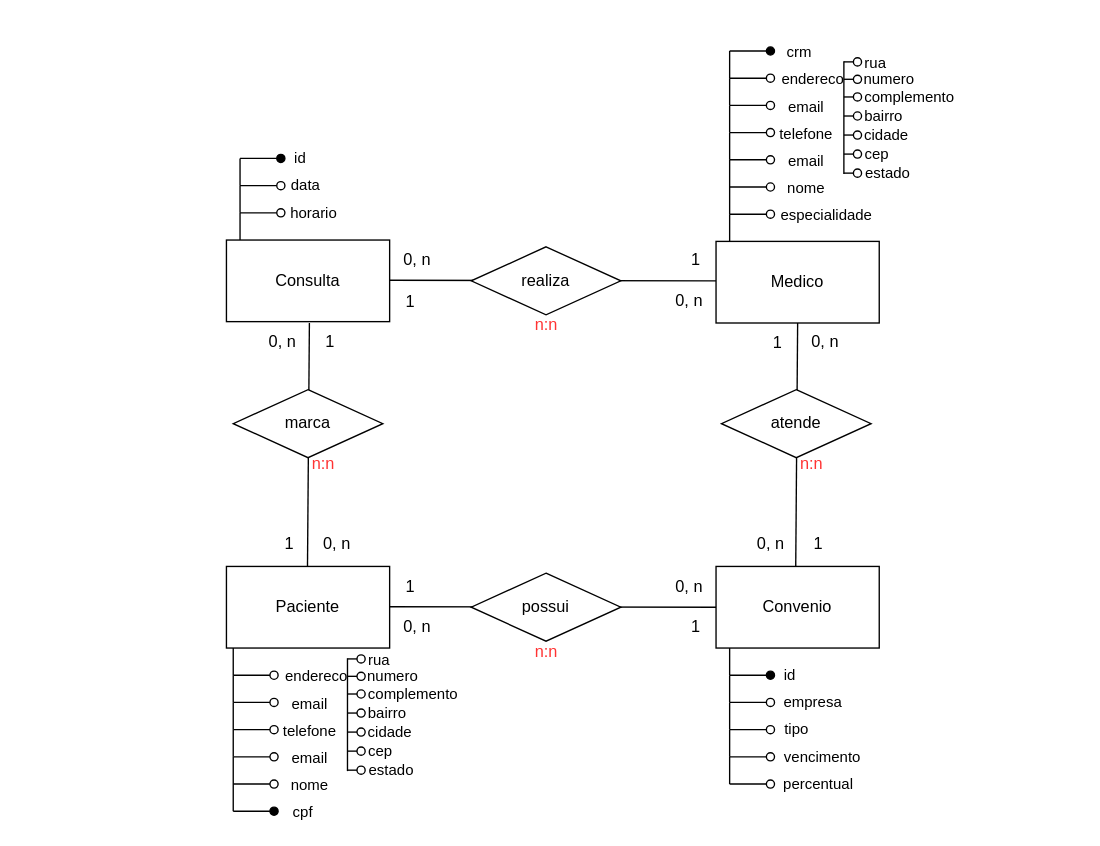
Earlier version of the draw.io diagram clinica_medica.drawio (micapareddes/clinica-sql). Source tidied: cells renumbered, new cells numbered last; positions are measured from the earlier drawing's top-left corner, leaving out a move shared by most shapes. Both pictures are drawn from the tidied source at 136%, with x=0, y=0 at pixel (226, 23).
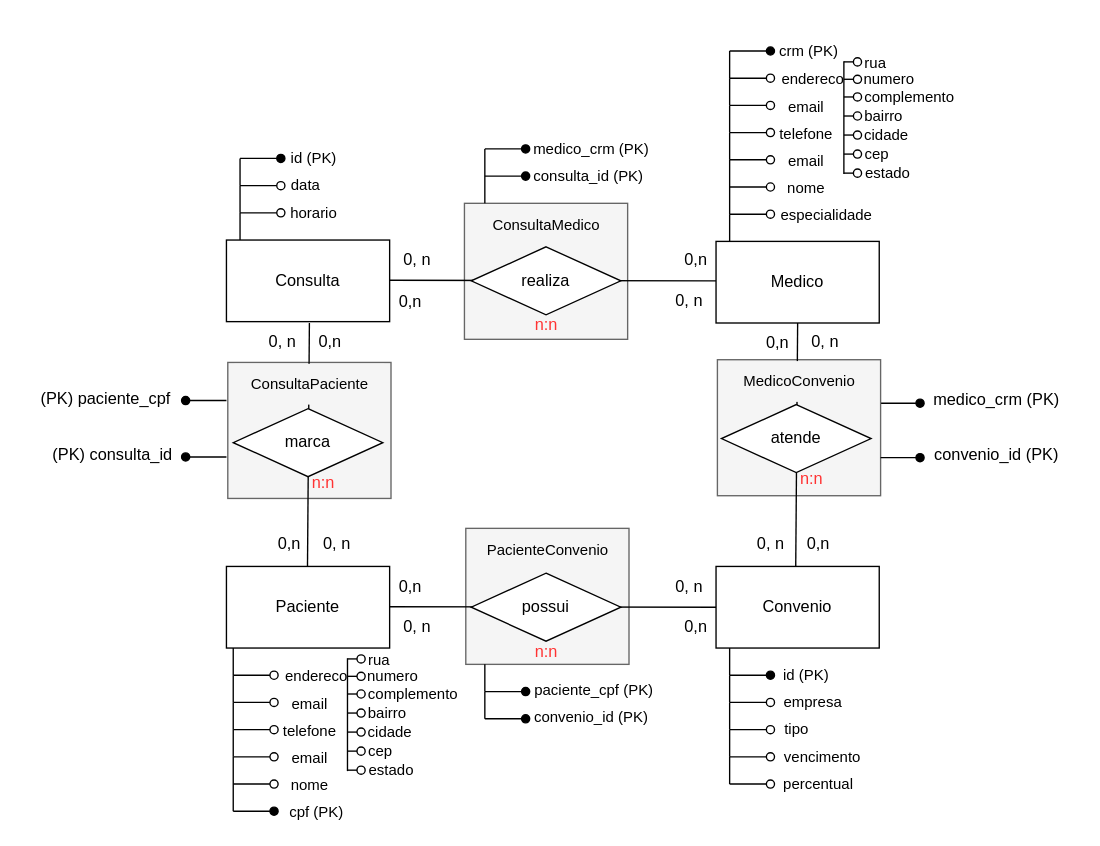
The same page after the edit.

The change refers to these unchanged cells:
```xml
<mxCell id="34" style="endArrow=oval;html=1;rounded=0;endFill=1;" parent="32" edge="1">
  <mxGeometry relative="1" as="geometry">
    <mxPoint y="20" as="sourcePoint" />
    <mxPoint x="30" y="20" as="targetPoint" />
  </mxGeometry>
</mxCell>
<mxCell id="67" style="endArrow=oval;html=1;rounded=0;endFill=1;" parent="65" edge="1">
  <mxGeometry relative="1" as="geometry">
    <mxPoint y="20" as="sourcePoint" />
    <mxPoint x="30" y="20" as="targetPoint" />
  </mxGeometry>
</mxCell>
<mxCell id="122" style="endArrow=oval;html=1;rounded=0;endFill=1;" parent="121" edge="1">
  <mxGeometry relative="1" as="geometry">
    <mxPoint y="20" as="sourcePoint" />
    <mxPoint x="30" y="20" as="targetPoint" />
  </mxGeometry>
</mxCell>
```

What changed in the source:
```diff
@@
+    <mxCell id="153" style="rounded=0;whiteSpace=wrap;html=1;fillColor=#f5f5f5;strokeColor=#666666;fontColor=#333333;" parent="1" vertex="1">
+      <mxGeometry x="361" y="247" width="120" height="100" as="geometry" />
+    </mxCell>
@@
-    <mxCell id="35" value="cpf" style="edgeLabel;html=1;align=center;verticalAlign=middle;" parent="34" vertex="1">
+    <mxCell id="35" value="cpf (PK)" style="edgeLabel;html=1;align=center;verticalAlign=middle;" parent="34" vertex="1">
       <mxGeometry x="0.53" y="2" relative="1" as="geometry">
-        <mxPoint x="27" y="2" as="offset" />
+        <mxPoint x="37" y="2" as="offset" />
       </mxGeometry>
     </mxCell>
@@
-    <mxCell id="44" style="group;" parent="1" vertex="1">
-      <mxGeometry y="159" width="120" height="239" as="geometry" />
-    </mxCell>
-    <mxCell id="45" value="Consulta" style="rounded=0;whiteSpace=wrap;html=1;" parent="44" vertex="1">
-      <mxGeometry width="120" height="60" as="geometry" />
-    </mxCell>
-    <mxCell id="46" style="group;" parent="44" vertex="1">
-      <mxGeometry x="10" y="-20" width="30" height="20" as="geometry" />
-    </mxCell>
-    <mxCell id="47" style="endArrow=none;html=1;rounded=0;" parent="46" edge="1">
-      <mxGeometry relative="1" as="geometry">
-        <mxPoint y="20" as="sourcePoint" />
-        <mxPoint as="targetPoint" />
-      </mxGeometry>
-    </mxCell>
-    <mxCell id="48" style="group;" parent="44" vertex="1">
-      <mxGeometry x="10" y="-60" width="30" height="20" as="geometry" />
-    </mxCell>
-    <mxCell id="49" style="endArrow=none;html=1;rounded=0;" parent="48" edge="1">
-      <mxGeometry relative="1" as="geometry">
-        <mxPoint y="20" as="sourcePoint" />
-        <mxPoint as="targetPoint" />
-      </mxGeometry>
-    </mxCell>
-    <mxCell id="50" style="endArrow=oval;html=1;rounded=0;endFill=0;" parent="48" edge="1">
-      <mxGeometry relative="1" as="geometry">
-        <mxPoint y="20" as="sourcePoint" />
-        <mxPoint x="30" y="20" as="targetPoint" />
-      </mxGeometry>
-    </mxCell>
-    <mxCell id="51" value="data" style="edgeLabel;html=1;align=center;verticalAlign=middle;" parent="50" vertex="1">
-      <mxGeometry x="0.53" y="2" relative="1" as="geometry">
-        <mxPoint x="24" y="1" as="offset" />
-      </mxGeometry>
-    </mxCell>
-    <mxCell id="52" style="endArrow=oval;html=1;rounded=0;endFill=1;" parent="48" edge="1">
-      <mxGeometry relative="1" as="geometry">
-        <mxPoint as="sourcePoint" />
-        <mxPoint x="30" as="targetPoint" />
-      </mxGeometry>
-    </mxCell>
-    <mxCell id="53" value="id" style="edgeLabel;html=1;align=center;verticalAlign=middle;" parent="52" vertex="1">
-      <mxGeometry x="0.53" y="2" relative="1" as="geometry">
-        <mxPoint x="20" y="1" as="offset" />
-      </mxGeometry>
-    </mxCell>
-    <mxCell id="54" style="group;" parent="44" vertex="1">
-      <mxGeometry x="10" y="-40" width="30" height="20" as="geometry" />
-    </mxCell>
-    <mxCell id="55" style="endArrow=none;html=1;rounded=0;" parent="54" edge="1">
-      <mxGeometry relative="1" as="geometry">
-        <mxPoint y="20" as="sourcePoint" />
-        <mxPoint as="targetPoint" />
-      </mxGeometry>
-    </mxCell>
-    <mxCell id="56" style="endArrow=oval;html=1;rounded=0;endFill=0;" parent="54" edge="1">
-      <mxGeometry relative="1" as="geometry">
-        <mxPoint y="20" as="sourcePoint" />
-        <mxPoint x="30" y="20" as="targetPoint" />
-      </mxGeometry>
-    </mxCell>
-    <mxCell id="57" value="horario" style="edgeLabel;html=1;align=center;verticalAlign=middle;" parent="56" vertex="1">
-      <mxGeometry x="0.53" y="2" relative="1" as="geometry">
-        <mxPoint x="30" y="1" as="offset" />
-      </mxGeometry>
-    </mxCell>
-    <mxCell id="58" style="endArrow=none;html=1;rounded=0;entryX=0.5;entryY=1;entryDx=0;entryDy=0;" parent="44" edge="1">
-      <mxGeometry relative="1" as="geometry">
-        <mxPoint x="59.6" y="240" as="sourcePoint" />
-        <mxPoint x="61" y="61" as="targetPoint" />
-      </mxGeometry>
-    </mxCell>
-    <mxCell id="59" value="0, n" style="text;html=1;align=center;verticalAlign=middle;strokeColor=none;fillColor=none;" parent="44" vertex="1">
-      <mxGeometry x="61" y="209" width="40" height="30" as="geometry" />
-    </mxCell>
-    <mxCell id="60" value="marca" style="rhombus;whiteSpace=wrap;html=1;" parent="44" vertex="1">
-      <mxGeometry x="5" y="110" width="110" height="50" as="geometry" />
-    </mxCell>
-    <mxCell id="61" value="n:n" style="text;html=1;align=center;verticalAlign=middle;fillColor=none;fontColor=#FF3333;" parent="44" vertex="1">
-      <mxGeometry x="51" y="150" width="40" height="30" as="geometry" />
-    </mxCell>
-    <mxCell id="62" value="0, n" style="text;html=1;align=center;verticalAlign=middle;strokeColor=none;fillColor=none;" parent="44" vertex="1">
-      <mxGeometry x="21" y="60" width="40" height="30" as="geometry" />
-    </mxCell>
-    <mxCell id="63" value="1" style="text;html=1;align=center;verticalAlign=middle;strokeColor=none;fillColor=none;" parent="44" vertex="1">
-      <mxGeometry x="31" y="209" width="30" height="30" as="geometry" />
-    </mxCell>
-    <mxCell id="64" value="1" style="text;html=1;align=center;verticalAlign=middle;strokeColor=none;fillColor=none;" parent="44" vertex="1">
-      <mxGeometry x="61" y="60" width="30" height="30" as="geometry" />
-    </mxCell>
@@
-    <mxCell id="68" value="id" style="edgeLabel;html=1;align=center;verticalAlign=middle;" parent="67" vertex="1">
+    <mxCell id="68" value="id (PK)" style="edgeLabel;html=1;align=center;verticalAlign=middle;" parent="67" vertex="1">
       <mxGeometry x="0.53" y="2" relative="1" as="geometry">
-        <mxPoint x="20" y="1" as="offset" />
+        <mxPoint x="32" y="1" as="offset" />
       </mxGeometry>
     </mxCell>
+    <mxCell id="154" style="rounded=0;whiteSpace=wrap;html=1;fillColor=#f5f5f5;strokeColor=#666666;fontColor=#333333;" parent="1" vertex="1">
+      <mxGeometry x="1" y="249" width="120" height="100" as="geometry" />
+    </mxCell>
@@
     <mxCell id="86" value="atende" style="rhombus;whiteSpace=wrap;html=1;" parent="1" vertex="1">
-      <mxGeometry x="364" y="269" width="110" height="50" as="geometry" />
+      <mxGeometry x="364" y="280" width="110" height="50" as="geometry" />
     </mxCell>
     <mxCell id="87" value="n:n" style="text;html=1;align=center;verticalAlign=middle;fillColor=none;fontColor=#FF3333;" parent="1" vertex="1">
-      <mxGeometry x="410" y="309" width="40" height="30" as="geometry" />
+      <mxGeometry x="410" y="320" width="40" height="30" as="geometry" />
     </mxCell>
@@
-    <mxCell id="89" value="1" style="text;html=1;align=center;verticalAlign=middle;strokeColor=none;fillColor=none;" parent="1" vertex="1">
-      <mxGeometry x="420" y="368" width="30" height="30" as="geometry" />
+    <mxCell id="89" value="0,n" style="text;html=1;align=center;verticalAlign=middle;strokeColor=none;fillColor=none;" parent="1" vertex="1">
+      <mxGeometry x="415" y="368" width="40" height="30" as="geometry" />
     </mxCell>
@@
-    <mxCell id="123" value="crm" style="edgeLabel;html=1;align=center;verticalAlign=middle;" parent="122" vertex="1">
+    <mxCell id="123" value="crm (PK)" style="edgeLabel;html=1;align=center;verticalAlign=middle;" parent="122" vertex="1">
       <mxGeometry x="0.53" y="2" relative="1" as="geometry">
-        <mxPoint x="27" y="2" as="offset" />
+        <mxPoint x="34" y="1" as="offset" />
       </mxGeometry>
     </mxCell>
@@
-    <mxCell id="136" value="1" style="text;html=1;align=center;verticalAlign=middle;strokeColor=none;fillColor=none;" parent="1" vertex="1">
-      <mxGeometry x="390" y="220" width="30" height="30" as="geometry" />
+    <mxCell id="136" value="0,n" style="text;html=1;align=center;verticalAlign=middle;strokeColor=none;fillColor=none;" parent="1" vertex="1">
+      <mxGeometry x="385" y="220" width="40" height="30" as="geometry" />
     </mxCell>
     <mxCell id="137" style="group;" parent="1" vertex="1">
-      <mxGeometry x="120" y="159" width="240" height="78" as="geometry" />
+      <mxGeometry x="120" y="159" width="245" height="80" as="geometry" />
     </mxCell>
+    <mxCell id="155" style="rounded=0;whiteSpace=wrap;html=1;fillColor=#f5f5f5;strokeColor=#666666;fontColor=#333333;" parent="137" vertex="1">
+      <mxGeometry x="55" y="-27" width="120" height="100" as="geometry" />
+    </mxCell>
@@
-    <mxCell id="141" value="1" style="text;html=1;align=center;verticalAlign=middle;strokeColor=none;fillColor=none;" parent="137" vertex="1">
-      <mxGeometry y="31" width="30" height="30" as="geometry" />
+    <mxCell id="141" value="0,n" style="text;html=1;align=center;verticalAlign=middle;strokeColor=none;fillColor=none;" parent="137" vertex="1">
+      <mxGeometry x="-5" y="31" width="40" height="30" as="geometry" />
     </mxCell>
@@
-    <mxCell id="144" value="1" style="text;html=1;align=center;verticalAlign=middle;strokeColor=none;fillColor=none;" parent="137" vertex="1">
-      <mxGeometry x="210" width="30" height="30" as="geometry" />
+    <mxCell id="144" value="0,n" style="text;html=1;align=center;verticalAlign=middle;strokeColor=none;fillColor=none;" parent="137" vertex="1">
+      <mxGeometry x="205" width="40" height="30" as="geometry" />
     </mxCell>
+    <mxCell id="156" value="&lt;font style=&quot;font-size: 11px;&quot;&gt;ConsultaMedico&lt;/font&gt;" style="text;html=1;align=center;verticalAlign=middle;strokeColor=none;fillColor=#f5f5f5;" parent="137" vertex="1">
+      <mxGeometry x="65" y="-26" width="100" height="30" as="geometry" />
+    </mxCell>
     <mxCell id="145" style="group;" parent="1" vertex="1">
-      <mxGeometry x="120" y="399" width="240" height="78" as="geometry" />
+      <mxGeometry x="120" y="399" width="245" height="78" as="geometry" />
     </mxCell>
+    <mxCell id="157" style="rounded=0;whiteSpace=wrap;html=1;fillColor=#f5f5f5;strokeColor=#666666;fontColor=#333333;" parent="145" vertex="1">
+      <mxGeometry x="56" y="-28" width="120" height="100" as="geometry" />
+    </mxCell>
@@
-    <mxCell id="150" value="1" style="text;html=1;align=center;verticalAlign=middle;strokeColor=none;fillColor=none;" parent="145" vertex="1">
-      <mxGeometry width="30" height="30" as="geometry" />
+    <mxCell id="150" value="0,n" style="text;html=1;align=center;verticalAlign=middle;strokeColor=none;fillColor=none;" parent="145" vertex="1">
+      <mxGeometry x="-5" width="40" height="30" as="geometry" />
     </mxCell>
@@
-    <mxCell id="152" value="1" style="text;html=1;align=center;verticalAlign=middle;strokeColor=none;fillColor=none;" parent="145" vertex="1">
-      <mxGeometry x="210" y="30" width="30" height="30" as="geometry" />
+    <mxCell id="152" value="0,n" style="text;html=1;align=center;verticalAlign=middle;strokeColor=none;fillColor=none;" parent="145" vertex="1">
+      <mxGeometry x="205" y="30" width="40" height="30" as="geometry" />
     </mxCell>
+    <mxCell id="158" value="&lt;font style=&quot;font-size: 11px;&quot;&gt;PacienteConvenio&lt;/font&gt;" style="text;html=1;align=center;verticalAlign=middle;strokeColor=none;fillColor=#f5f5f5;" parent="145" vertex="1">
+      <mxGeometry x="61" y="-27" width="110" height="30" as="geometry" />
+    </mxCell>
+    <mxCell id="44" style="group;" parent="1" vertex="1">
+      <mxGeometry y="159" width="120" height="239" as="geometry" />
+    </mxCell>
+    <mxCell id="58" style="endArrow=none;html=1;rounded=0;entryX=0.5;entryY=1;entryDx=0;entryDy=0;" parent="44" edge="1">
+      <mxGeometry relative="1" as="geometry">
+        <mxPoint x="59.6" y="240" as="sourcePoint" />
+        <mxPoint x="61" y="61" as="targetPoint" />
+      </mxGeometry>
+    </mxCell>
+    <mxCell id="64" value="0,n" style="text;html=1;align=center;verticalAlign=middle;strokeColor=none;fillColor=none;" parent="44" vertex="1">
+      <mxGeometry x="56" y="60" width="40" height="30" as="geometry" />
+    </mxCell>
+    <mxCell id="45" value="Consulta" style="rounded=0;whiteSpace=wrap;html=1;" parent="44" vertex="1">
+      <mxGeometry width="120" height="60" as="geometry" />
+    </mxCell>
+    <mxCell id="46" style="group;" parent="44" vertex="1">
+      <mxGeometry x="10" y="-20" width="30" height="20" as="geometry" />
+    </mxCell>
+    <mxCell id="47" style="endArrow=none;html=1;rounded=0;" parent="46" edge="1">
+      <mxGeometry relative="1" as="geometry">
+        <mxPoint y="20" as="sourcePoint" />
+        <mxPoint as="targetPoint" />
+      </mxGeometry>
+    </mxCell>
+    <mxCell id="48" style="group;" parent="44" vertex="1">
+      <mxGeometry x="10" y="-60" width="30" height="20" as="geometry" />
+    </mxCell>
+    <mxCell id="49" style="endArrow=none;html=1;rounded=0;" parent="48" edge="1">
+      <mxGeometry relative="1" as="geometry">
+        <mxPoint y="20" as="sourcePoint" />
+        <mxPoint as="targetPoint" />
+      </mxGeometry>
+    </mxCell>
+    <mxCell id="50" style="endArrow=oval;html=1;rounded=0;endFill=0;" parent="48" edge="1">
+      <mxGeometry relative="1" as="geometry">
+        <mxPoint y="20" as="sourcePoint" />
+        <mxPoint x="30" y="20" as="targetPoint" />
+      </mxGeometry>
+    </mxCell>
+    <mxCell id="51" value="data" style="edgeLabel;html=1;align=center;verticalAlign=middle;" parent="50" vertex="1">
+      <mxGeometry x="0.53" y="2" relative="1" as="geometry">
+        <mxPoint x="24" y="1" as="offset" />
+      </mxGeometry>
+    </mxCell>
+    <mxCell id="52" style="endArrow=oval;html=1;rounded=0;endFill=1;" parent="48" edge="1">
+      <mxGeometry relative="1" as="geometry">
+        <mxPoint as="sourcePoint" />
+        <mxPoint x="30" as="targetPoint" />
+      </mxGeometry>
+    </mxCell>
+    <mxCell id="53" value="id (PK)" style="edgeLabel;html=1;align=center;verticalAlign=middle;" parent="52" vertex="1">
+      <mxGeometry x="0.53" y="2" relative="1" as="geometry">
+        <mxPoint x="30" y="1" as="offset" />
+      </mxGeometry>
+    </mxCell>
+    <mxCell id="54" style="group;" parent="44" vertex="1">
+      <mxGeometry x="10" y="-40" width="30" height="20" as="geometry" />
+    </mxCell>
+    <mxCell id="55" style="endArrow=none;html=1;rounded=0;" parent="54" edge="1">
+      <mxGeometry relative="1" as="geometry">
+        <mxPoint y="20" as="sourcePoint" />
+        <mxPoint as="targetPoint" />
+      </mxGeometry>
+    </mxCell>
+    <mxCell id="56" style="endArrow=oval;html=1;rounded=0;endFill=0;" parent="54" edge="1">
+      <mxGeometry relative="1" as="geometry">
+        <mxPoint y="20" as="sourcePoint" />
+        <mxPoint x="30" y="20" as="targetPoint" />
+      </mxGeometry>
+    </mxCell>
+    <mxCell id="57" value="horario" style="edgeLabel;html=1;align=center;verticalAlign=middle;" parent="56" vertex="1">
+      <mxGeometry x="0.53" y="2" relative="1" as="geometry">
+        <mxPoint x="30" y="1" as="offset" />
+      </mxGeometry>
+    </mxCell>
+    <mxCell id="59" value="0, n" style="text;html=1;align=center;verticalAlign=middle;strokeColor=none;fillColor=none;" parent="44" vertex="1">
+      <mxGeometry x="61" y="209" width="40" height="30" as="geometry" />
+    </mxCell>
+    <mxCell id="60" value="marca" style="rhombus;whiteSpace=wrap;html=1;" parent="44" vertex="1">
+      <mxGeometry x="5" y="124" width="110" height="50" as="geometry" />
+    </mxCell>
+    <mxCell id="61" value="n:n" style="text;html=1;align=center;verticalAlign=middle;fillColor=none;fontColor=#FF3333;" parent="44" vertex="1">
+      <mxGeometry x="51" y="164" width="40" height="30" as="geometry" />
+    </mxCell>
+    <mxCell id="62" value="0, n" style="text;html=1;align=center;verticalAlign=middle;strokeColor=none;fillColor=none;" parent="44" vertex="1">
+      <mxGeometry x="21" y="60" width="40" height="30" as="geometry" />
+    </mxCell>
+    <mxCell id="63" value="0,n" style="text;html=1;align=center;verticalAlign=middle;strokeColor=none;fillColor=none;" parent="44" vertex="1">
+      <mxGeometry x="26" y="209" width="40" height="30" as="geometry" />
+    </mxCell>
+    <mxCell id="159" value="&lt;font style=&quot;font-size: 11px;&quot;&gt;ConsultaPaciente&lt;/font&gt;" style="text;html=1;align=center;verticalAlign=middle;strokeColor=none;fillColor=#f5f5f5;" parent="44" vertex="1">
+      <mxGeometry x="6" y="91" width="110" height="30" as="geometry" />
+    </mxCell>
+    <mxCell id="160" style="endArrow=none;html=1;rounded=0;startArrow=oval;startFill=1;" parent="1" edge="1">
+      <mxGeometry relative="1" as="geometry">
+        <mxPoint x="-30" y="277" as="sourcePoint" />
+        <mxPoint y="277" as="targetPoint" />
+      </mxGeometry>
+    </mxCell>
+    <mxCell id="161" value="(PK) paciente_cpf" style="text;html=1;align=center;verticalAlign=middle;strokeColor=none;fillColor=none;" parent="1" vertex="1">
+      <mxGeometry x="-149" y="260.5" width="120" height="30" as="geometry" />
+    </mxCell>
+    <mxCell id="162" style="endArrow=none;html=1;rounded=0;startArrow=oval;startFill=1;" parent="1" edge="1">
+      <mxGeometry relative="1" as="geometry">
+        <mxPoint x="-30" y="318.5" as="sourcePoint" />
+        <mxPoint y="318.5" as="targetPoint" />
+      </mxGeometry>
+    </mxCell>
+    <mxCell id="163" value="(PK) consulta_id" style="text;html=1;align=center;verticalAlign=middle;strokeColor=none;fillColor=none;" parent="1" vertex="1">
+      <mxGeometry x="-139" y="302" width="110" height="30" as="geometry" />
+    </mxCell>
+    <mxCell id="164" value="&lt;font style=&quot;font-size: 11px;&quot;&gt;MedicoConvenio&lt;/font&gt;" style="text;html=1;align=center;verticalAlign=middle;strokeColor=none;fillColor=#f5f5f5;" parent="1" vertex="1">
+      <mxGeometry x="366" y="248" width="110" height="30" as="geometry" />
+    </mxCell>
+    <mxCell id="165" style="endArrow=none;html=1;rounded=0;startArrow=oval;startFill=1;entryX=1.003;entryY=0.32;entryDx=0;entryDy=0;entryPerimeter=0;" parent="1" edge="1" target="153">
+      <mxGeometry relative="1" as="geometry">
+        <mxPoint x="510" y="279" as="sourcePoint" />
+      </mxGeometry>
+    </mxCell>
+    <mxCell id="166" style="endArrow=none;html=1;rounded=0;startArrow=oval;startFill=1;entryX=1.003;entryY=0.32;entryDx=0;entryDy=0;entryPerimeter=0;" parent="1" edge="1">
+      <mxGeometry relative="1" as="geometry">
+        <mxPoint x="510" y="319" as="sourcePoint" />
+        <mxPoint x="481" y="319" as="targetPoint" />
+      </mxGeometry>
+    </mxCell>
+    <mxCell id="167" value="medico_crm (PK)" style="text;html=1;align=center;verticalAlign=middle;strokeColor=none;fillColor=none;" parent="1" vertex="1">
+      <mxGeometry x="506" y="262" width="120" height="30" as="geometry" />
+    </mxCell>
+    <mxCell id="168" value="convenio_id (PK)" style="text;html=1;align=center;verticalAlign=middle;strokeColor=none;fillColor=none;" parent="1" vertex="1">
+      <mxGeometry x="511" y="302" width="110" height="30" as="geometry" />
+    </mxCell>
+    <mxCell id="169" style="group;" parent="1" vertex="1">
+      <mxGeometry x="190" y="112" width="30" height="20" as="geometry" />
+    </mxCell>
+    <mxCell id="170" style="endArrow=none;html=1;rounded=0;" parent="169" edge="1">
+      <mxGeometry relative="1" as="geometry">
+        <mxPoint y="20" as="sourcePoint" />
+        <mxPoint as="targetPoint" />
+      </mxGeometry>
+    </mxCell>
+    <mxCell id="171" style="endArrow=oval;html=1;rounded=0;endFill=1;" parent="169" edge="1">
+      <mxGeometry relative="1" as="geometry">
+        <mxPoint as="sourcePoint" />
+        <mxPoint x="30" as="targetPoint" />
+      </mxGeometry>
+    </mxCell>
+    <mxCell id="172" value="consulta_id (PK)" style="edgeLabel;html=1;align=center;verticalAlign=middle;" parent="171" vertex="1">
+      <mxGeometry x="0.53" y="2" relative="1" as="geometry">
+        <mxPoint x="52" y="1" as="offset" />
+      </mxGeometry>
+    </mxCell>
+    <mxCell id="173" value="medico_crm (PK)" style="edgeLabel;html=1;align=center;verticalAlign=middle;" parent="171" vertex="1">
+      <mxGeometry x="0.53" y="2" relative="1" as="geometry">
+        <mxPoint x="54" y="-19" as="offset" />
+      </mxGeometry>
+    </mxCell>
+    <mxCell id="174" style="group;" parent="1" vertex="1">
+      <mxGeometry x="190" y="92" width="30" height="20" as="geometry" />
+    </mxCell>
+    <mxCell id="175" style="endArrow=none;html=1;rounded=0;" parent="174" edge="1">
+      <mxGeometry relative="1" as="geometry">
+        <mxPoint y="20" as="sourcePoint" />
+        <mxPoint as="targetPoint" />
+      </mxGeometry>
+    </mxCell>
+    <mxCell id="176" style="endArrow=oval;html=1;rounded=0;endFill=1;" parent="174" edge="1">
+      <mxGeometry relative="1" as="geometry">
+        <mxPoint as="sourcePoint" />
+        <mxPoint x="30" as="targetPoint" />
+      </mxGeometry>
+    </mxCell>
+    <mxCell id="177" style="group;" parent="1" vertex="1">
+      <mxGeometry x="190" y="471" width="30" height="20" as="geometry" />
+    </mxCell>
+    <mxCell id="178" style="endArrow=none;html=1;rounded=0;" parent="177" edge="1">
+      <mxGeometry relative="1" as="geometry">
+        <mxPoint y="20" as="sourcePoint" />
+        <mxPoint as="targetPoint" />
+      </mxGeometry>
+    </mxCell>
+    <mxCell id="179" style="endArrow=oval;html=1;rounded=0;endFill=1;" parent="177" edge="1">
+      <mxGeometry relative="1" as="geometry">
+        <mxPoint y="20" as="sourcePoint" />
+        <mxPoint x="30" y="20" as="targetPoint" />
+      </mxGeometry>
+    </mxCell>
+    <mxCell id="180" value="paciente_cpf (PK)" style="edgeLabel;html=1;align=center;verticalAlign=middle;" parent="179" vertex="1">
+      <mxGeometry x="0.53" y="2" relative="1" as="geometry">
+        <mxPoint x="56" as="offset" />
+      </mxGeometry>
+    </mxCell>
+    <mxCell id="181" style="group;" parent="1" vertex="1">
+      <mxGeometry x="190" y="491" width="30" height="20" as="geometry" />
+    </mxCell>
+    <mxCell id="182" style="endArrow=none;html=1;rounded=0;" parent="181" edge="1">
+      <mxGeometry relative="1" as="geometry">
+        <mxPoint y="20" as="sourcePoint" />
+        <mxPoint as="targetPoint" />
+      </mxGeometry>
+    </mxCell>
+    <mxCell id="183" style="endArrow=oval;html=1;rounded=0;endFill=1;" parent="181" edge="1">
+      <mxGeometry relative="1" as="geometry">
+        <mxPoint y="20" as="sourcePoint" />
+        <mxPoint x="30" y="20" as="targetPoint" />
+      </mxGeometry>
+    </mxCell>
+    <mxCell id="184" value="convenio_id (PK)" style="edgeLabel;html=1;align=center;verticalAlign=middle;" parent="183" vertex="1">
+      <mxGeometry x="0.53" y="2" relative="1" as="geometry">
+        <mxPoint x="54" as="offset" />
+      </mxGeometry>
+    </mxCell>
```
